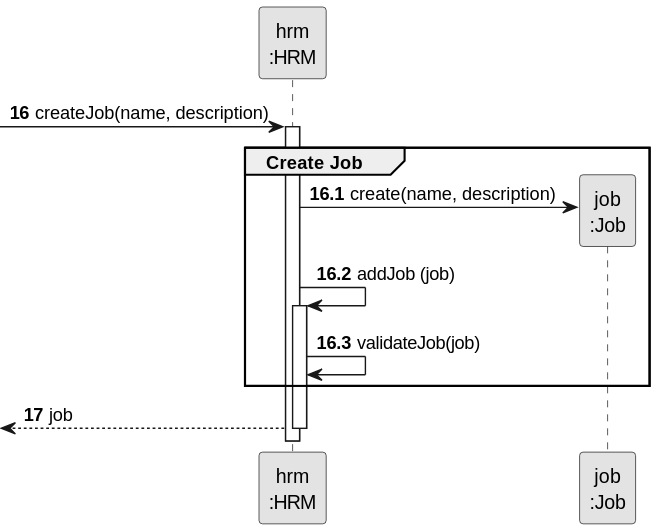
Before: docs/sprintA&B/us002/03.design/svg/us002-sequence-diagram-partial-create-job.svg, a diagram exported from PlantUML (daniel41silva05/ISEP_2023_2024_LAPR2).
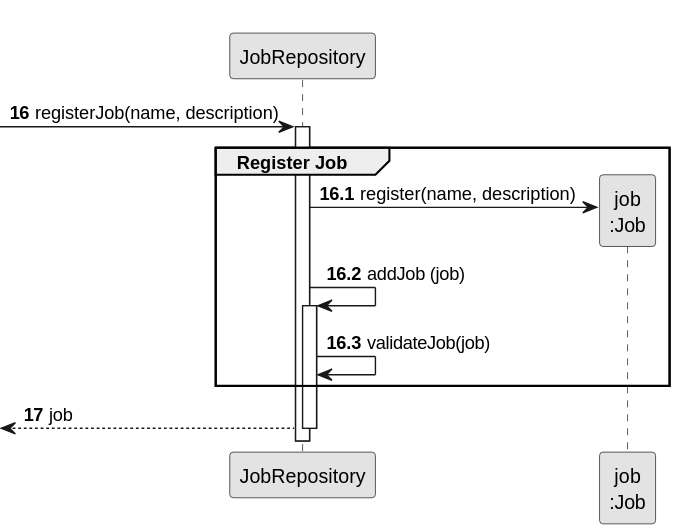
Above is the later version.

What changed in the source:
```diff
@@ -3,25 +3,24 @@
 skinparam packageStyle rectangle
 skinparam shadowing false
 
-participant "hrm\n:HRM" as HRM
+participant "JobRepository" as JOBS
 participant "job\n:Job" as JOB
 
 autonumber 16
--> HRM: createJob(name, description)
+-> JOBS: registerJob(name, description)
 
 autonumber 16.1
-activate HRM
-    group Create Job
+activate JOBS
+    group Register Job
 
-        HRM -> JOB**: create(name, description)
-        HRM -> HRM: addJob (job)
+        JOBS -> JOB**: register(name, description)
+        JOBS -> JOBS: addJob (job)
 
-        activate HRM
-            HRM -> HRM: validateJob(job)
-
+        activate JOBS
+            JOBS -> JOBS: validateJob(job)
     end
 
     autonumber 17
-    <-- HRM : job
-deactivate HRM
+    <-- JOBS : job
+deactivate JOBS
 @enduml
```
